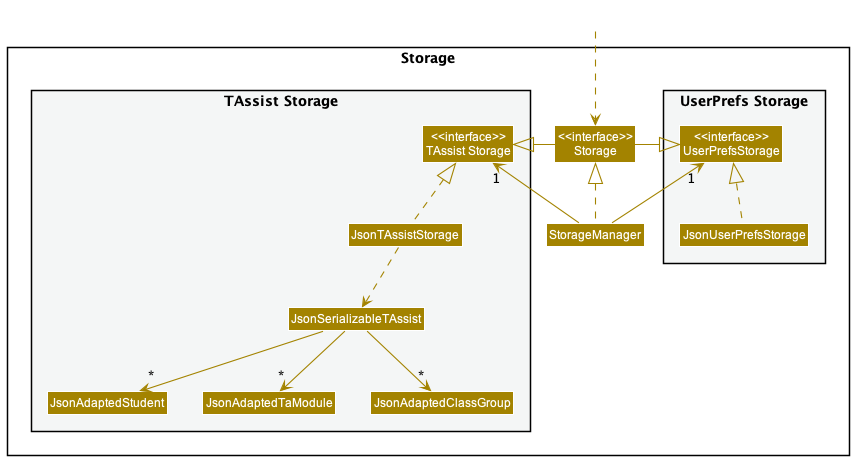
Earlier version of the PlantUML export docs/images/StorageClassDiagram.png (nus-cs2103-AY2122S2/tp).
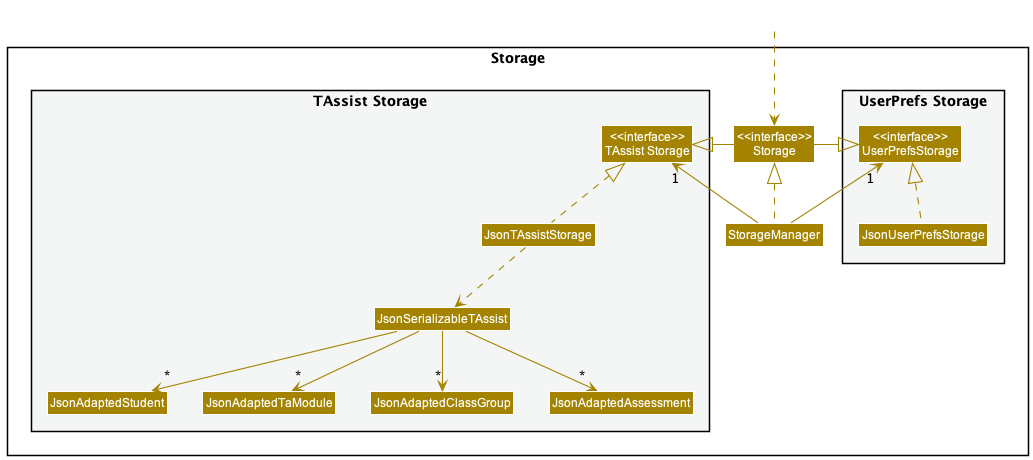
Above is the later version.

Change to the diagram source:
```diff
@@ -21,6 +21,7 @@
 Class JsonAdaptedStudent
 Class JsonAdaptedTaModule
 Class JsonAdaptedClassGroup
+Class JsonAdaptedAssessment
 }
 
 }
@@ -41,5 +42,6 @@
 JsonSerializableTAssist --> "*" JsonAdaptedStudent
 JsonSerializableTAssist --> "*" JsonAdaptedTaModule
 JsonSerializableTAssist --> "*" JsonAdaptedClassGroup
+JsonSerializableTAssist --> "*" JsonAdaptedAssessment
 
 @enduml
```
